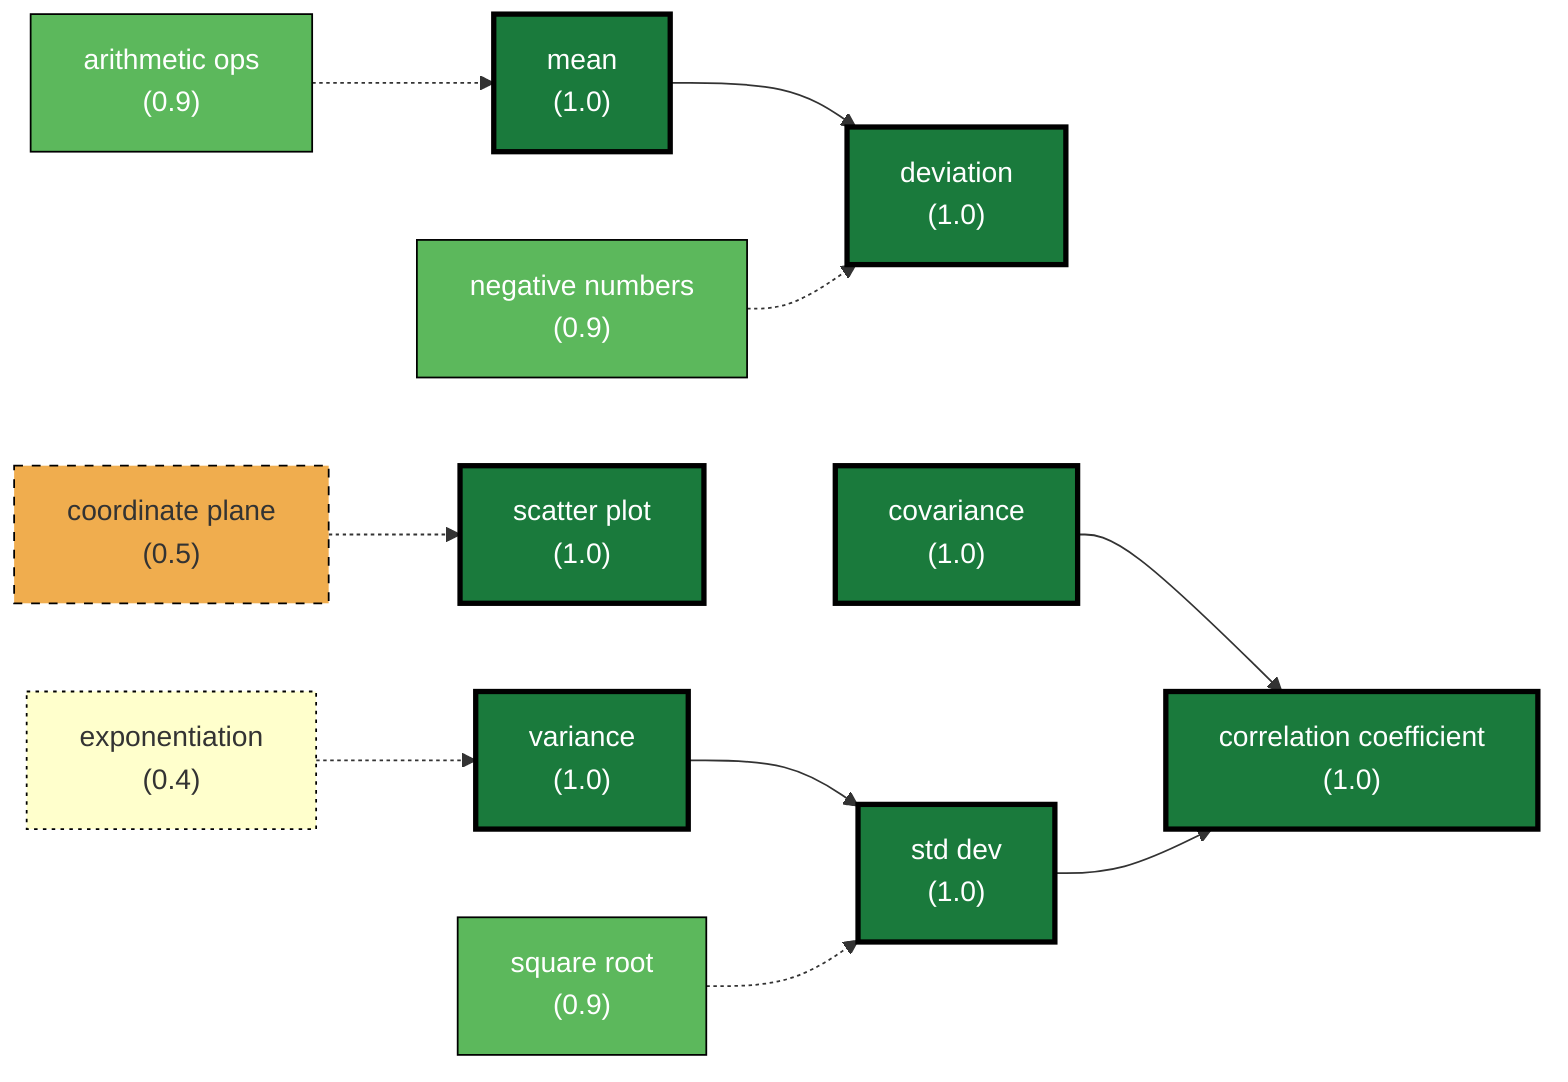
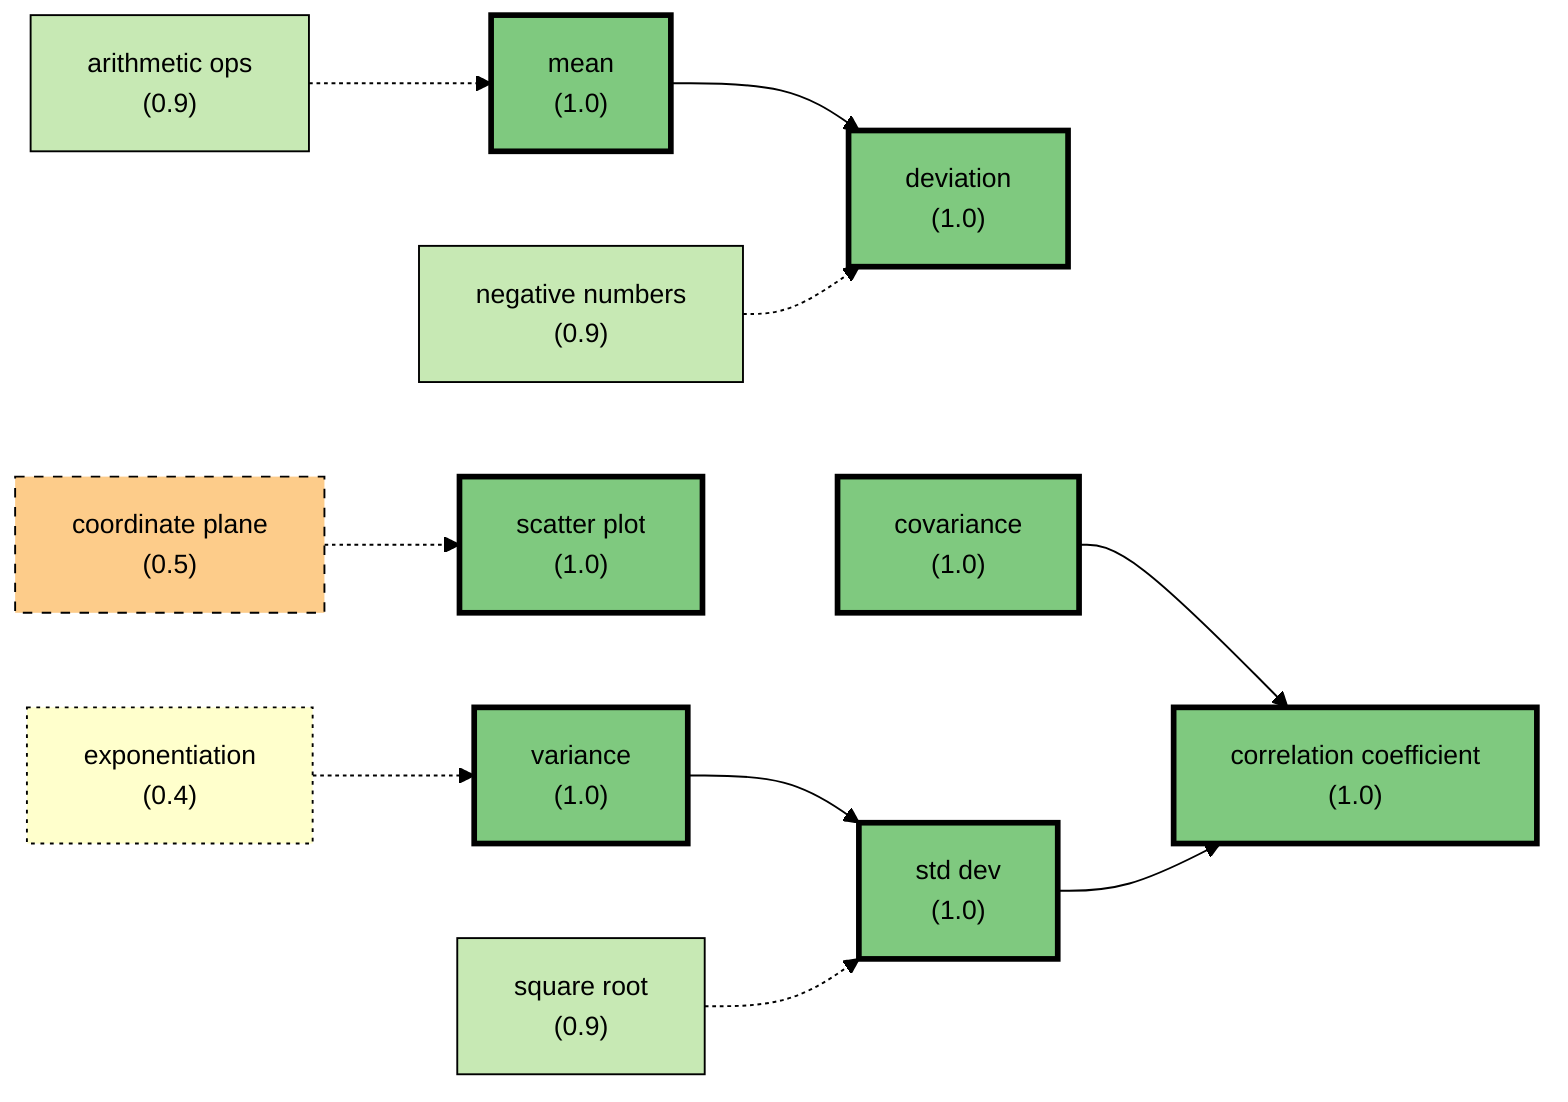
+ %%{init: {'theme':'base', 'themeVariables': {'primaryTextColor':'#000', 'lineColor':'#000', 'fontSize':'14px'}}}%%
graph LR
    mean["mean<br/>(1.0)"]
    dev["deviation<br/>(1.0)"]
    var["variance<br/>(1.0)"]
    std["std dev<br/>(1.0)"]
    cov["covariance<br/>(1.0)"]
    scatter["scatter plot<br/>(1.0)"]
    corr["correlation coefficient<br/>(1.0)"]

    neg["negative numbers<br/>(0.9)"]
    sq["square root<br/>(0.9)"]
    arith["arithmetic ops<br/>(0.9)"]
    coord["coordinate plane<br/>(0.5)"]
    exp_node["exponentiation<br/>(0.4)"]

    mean --> dev
    var --> std
    cov --> corr
    std --> corr

    neg -.-> dev
    arith -.-> mean
    sq -.-> std
    coord -.-> scatter
    exp_node -.-> var

-     style mean fill:#1a7a3c,color:#fff,stroke:#000,stroke-width:3px
-     style dev fill:#1a7a3c,color:#fff,stroke:#000,stroke-width:3px
-     style var fill:#1a7a3c,color:#fff,stroke:#000,stroke-width:3px
-     style std fill:#1a7a3c,color:#fff,stroke:#000,stroke-width:3px
-     style cov fill:#1a7a3c,color:#fff,stroke:#000,stroke-width:3px
-     style scatter fill:#1a7a3c,color:#fff,stroke:#000,stroke-width:3px
-     style corr fill:#1a7a3c,color:#fff,stroke:#000,stroke-width:3px
+     style mean fill:#7fc97f,color:#000,stroke:#000,stroke-width:3px
+     style dev fill:#7fc97f,color:#000,stroke:#000,stroke-width:3px
+     style var fill:#7fc97f,color:#000,stroke:#000,stroke-width:3px
+     style std fill:#7fc97f,color:#000,stroke:#000,stroke-width:3px
+     style cov fill:#7fc97f,color:#000,stroke:#000,stroke-width:3px
+     style scatter fill:#7fc97f,color:#000,stroke:#000,stroke-width:3px
+     style corr fill:#7fc97f,color:#000,stroke:#000,stroke-width:3px

-     style neg fill:#5cb85c,color:#fff,stroke:#000,stroke-width:1px
-     style sq fill:#5cb85c,color:#fff,stroke:#000,stroke-width:1px
-     style arith fill:#5cb85c,color:#fff,stroke:#000,stroke-width:1px
-     style coord fill:#f0ad4e,stroke:#000,stroke-width:1px,stroke-dasharray:5 5
-     style exp_node fill:#ffffcc,stroke:#000,stroke-width:1px,stroke-dasharray:2 3
+     style neg fill:#c7e9b4,color:#000,stroke:#000,stroke-width:1px
+     style sq fill:#c7e9b4,color:#000,stroke:#000,stroke-width:1px
+     style arith fill:#c7e9b4,color:#000,stroke:#000,stroke-width:1px
+     style coord fill:#fdcc8a,color:#000,stroke:#000,stroke-width:1px,stroke-dasharray:5 5
+     style exp_node fill:#ffffcc,color:#000,stroke:#000,stroke-width:1px,stroke-dasharray:2 3
